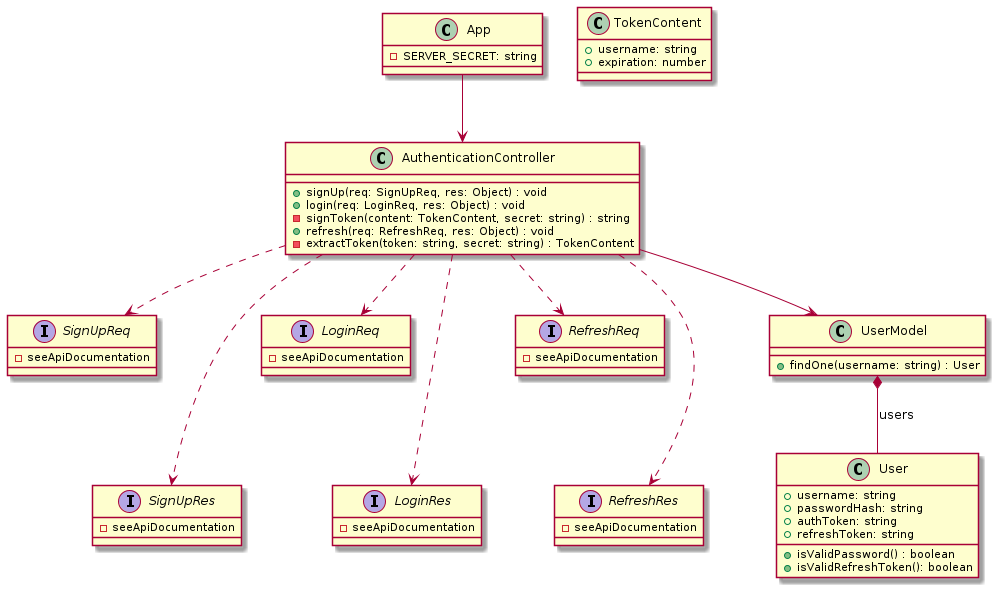
This is out/Design/auth_class_diagram/ExpressAppAuth.png from PSE-TECO-2020-TEAM1/e2e-ml_docs, a PlantUML export, as it was before one commit.
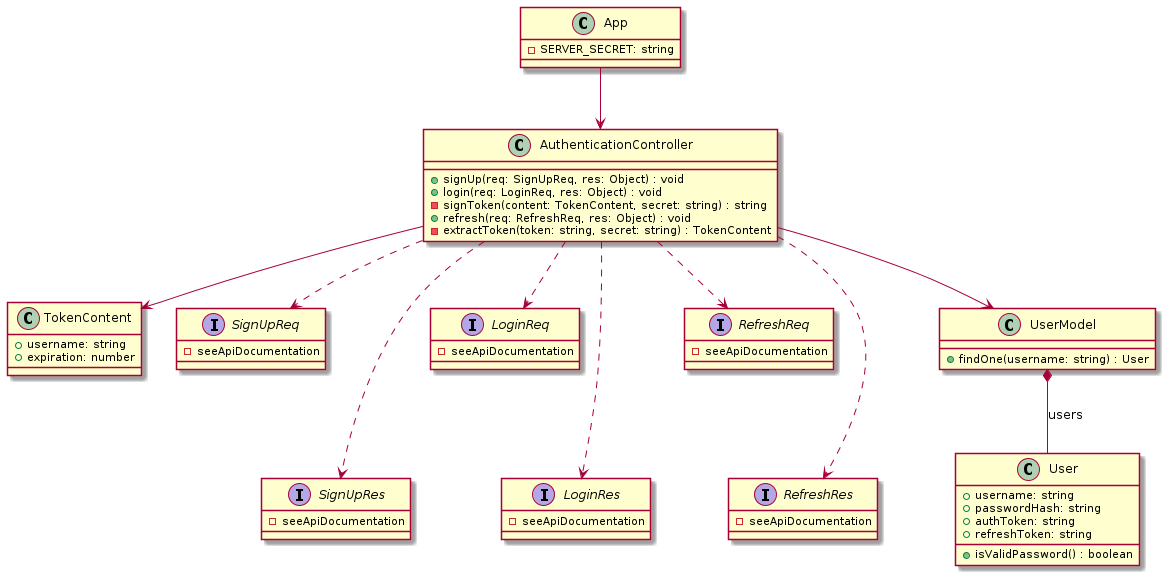
After the commit.

The edit, as a diff of the source:
```diff
@@ -16,6 +16,8 @@
     +refresh(req: RefreshReq, res: Object) : void
     -extractToken(token: string, secret: string) : TokenContent
 }
+
+AuthenticationController --> TokenContent
 
 interface SignUpReq {
     -seeApiDocumentation
@@ -62,7 +64,6 @@
     +authToken: string
     +refreshToken: string
     +isValidPassword() : boolean
-    +isValidRefreshToken(): boolean
 }
 
 UserModel *-- User : users
```
